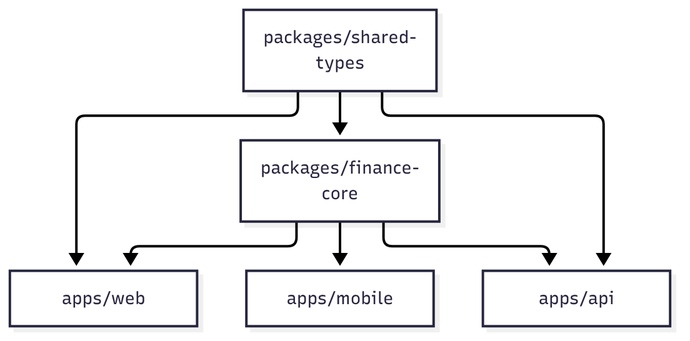
equisteg/finance-calculators keeps this Mermaid diagram as docs/diagrams/HLD-2.png. Above is the earlier version. Its source is kept beside it as docs/diagrams/HLD-2.mmd.
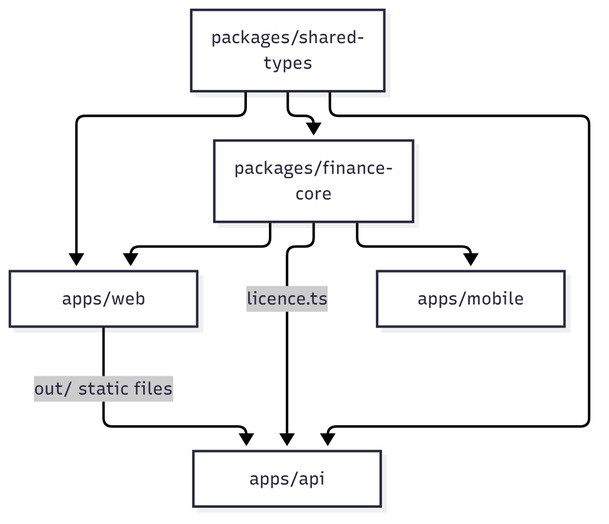
After the change.

The edit, as a diff of the source:
```diff
@@ -1,7 +1,8 @@
 flowchart TB
-  core[packages/finance-core] --> web[apps/web]
+  types[packages/shared-types] --> core[packages/finance-core]
+  types --> web[apps/web]
+  types --> api[apps/api]
+  core --> web
   core --> mobile[apps/mobile]
-  core --> api[apps/api]
-  types[packages/shared-types] --> core
-  types --> api
-  types --> web
+  core -->|licence.ts| api
+  web -->|out/ static files| api
```
